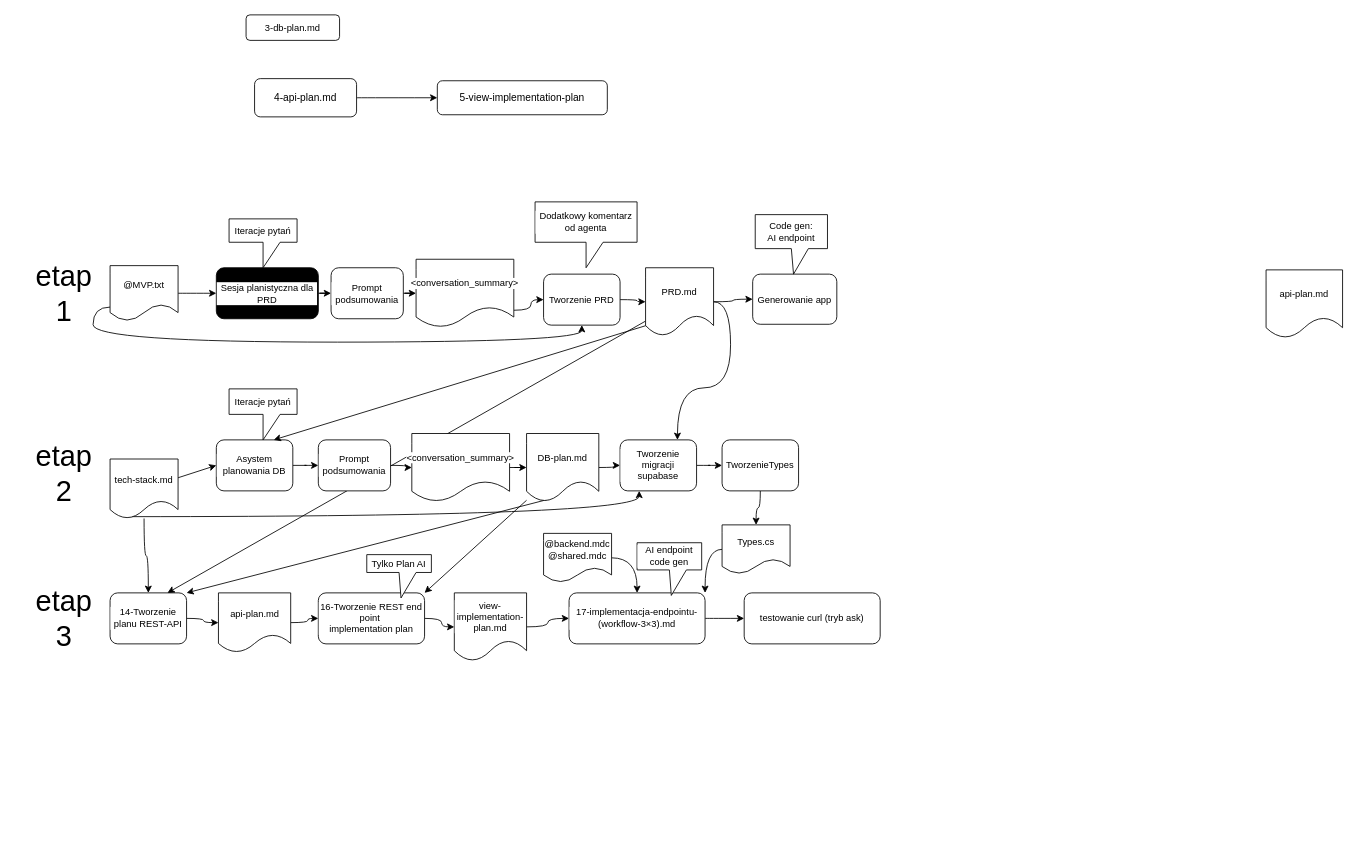
The draw.io diagram .other/BraveCreateFlow.drawio in Trockey/KrisBraveApp, before the edit. Source tidied: cells renumbered, new cells numbered last; positions are measured from the earlier drawing's top-left corner, leaving out a move shared by most shapes. Both pictures are drawn from the tidied source at 85%, with x=0, y=0 at pixel (38, 14).
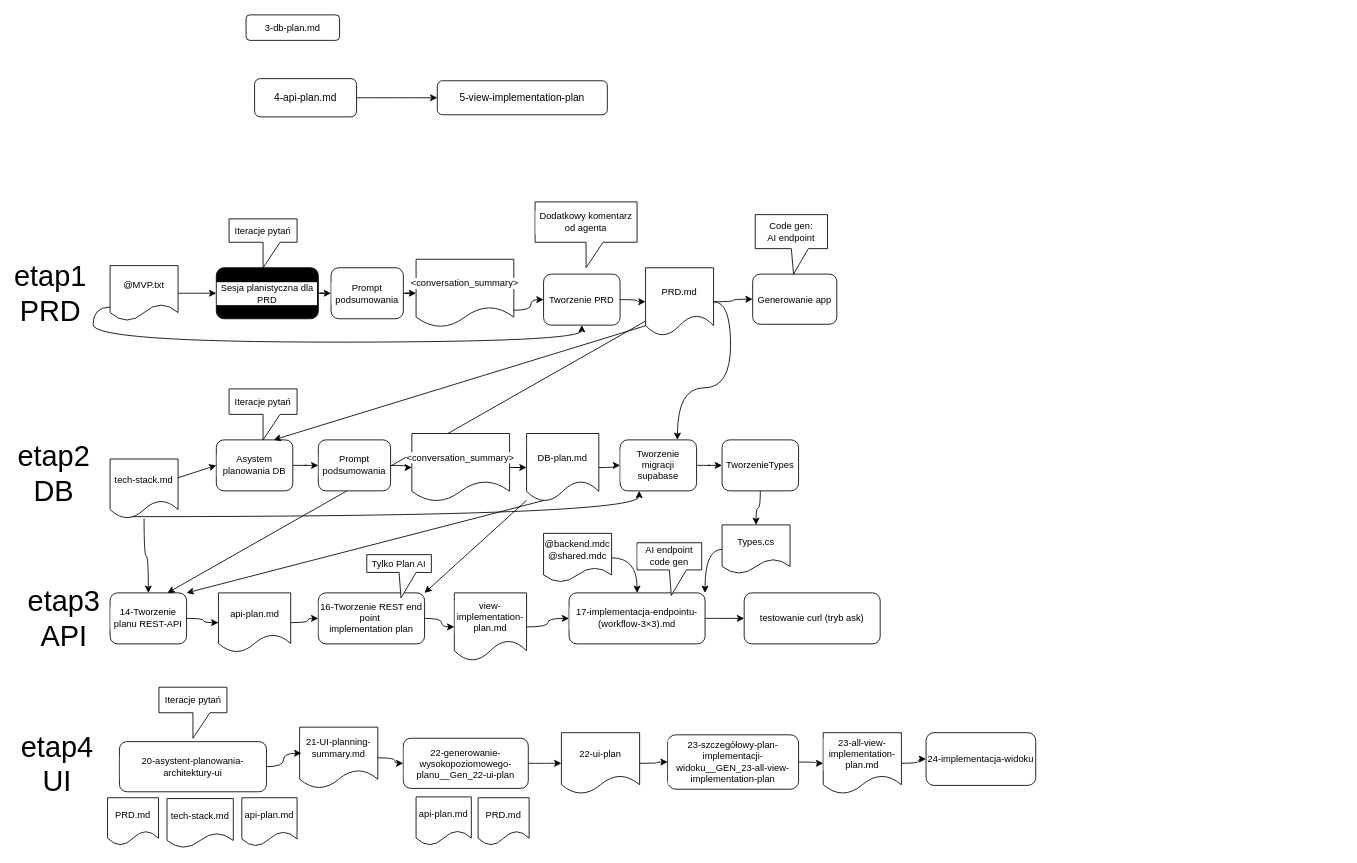
The same diagram, later.

What changed in the source:
```diff
@@
-    <mxCell id="41" value="api-plan.md" style="shape=document;whiteSpace=wrap;html=1;boundedLbl=1;fontFamily=Helvetica;fontSize=11;fontColor=default;labelBackgroundColor=default;fillColor=light-dark(#FFFFFF,#CCCCCC);" parent="1" vertex="1">
-      <mxGeometry x="1444" y="300" width="90" height="80" as="geometry" />
-    </mxCell>
@@
-    <mxCell id="62" value="etap&lt;br&gt;1" style="text;html=1;whiteSpace=wrap;strokeColor=none;fillColor=none;align=center;verticalAlign=middle;rounded=0;fontFamily=Helvetica;fontSize=34;fontColor=default;labelBackgroundColor=default;" parent="1" vertex="1">
-      <mxGeometry y="312.5" width="60" height="30" as="geometry" />
+    <mxCell id="62" value="etap1&lt;br&gt;PRD" style="text;html=1;whiteSpace=wrap;strokeColor=none;fillColor=none;align=center;verticalAlign=middle;rounded=0;fontFamily=Helvetica;fontSize=34;fontColor=default;labelBackgroundColor=default;" parent="1" vertex="1">
+      <mxGeometry x="-16" y="311.8" width="60" height="31.5" as="geometry" />
     </mxCell>
-    <mxCell id="63" value="etap&lt;br&gt;2" style="text;html=1;whiteSpace=wrap;strokeColor=none;fillColor=none;align=center;verticalAlign=middle;rounded=0;fontFamily=Helvetica;fontSize=34;fontColor=default;labelBackgroundColor=default;" parent="1" vertex="1">
-      <mxGeometry y="505.5" width="60" height="67" as="geometry" />
+    <mxCell id="63" value="etap2&lt;br&gt;DB" style="text;html=1;whiteSpace=wrap;strokeColor=none;fillColor=none;align=center;verticalAlign=middle;rounded=0;fontFamily=Helvetica;fontSize=34;fontColor=default;labelBackgroundColor=default;" parent="1" vertex="1">
+      <mxGeometry x="-12" y="505.5" width="60" height="67" as="geometry" />
     </mxCell>
-    <mxCell id="64" value="etap&lt;br&gt;3" style="text;html=1;whiteSpace=wrap;strokeColor=none;fillColor=none;align=center;verticalAlign=middle;rounded=0;fontFamily=Helvetica;fontSize=34;fontColor=default;labelBackgroundColor=default;" parent="1" vertex="1">
+    <mxCell id="64" value="etap3&lt;br&gt;API" style="text;html=1;whiteSpace=wrap;strokeColor=none;fillColor=none;align=center;verticalAlign=middle;rounded=0;fontFamily=Helvetica;fontSize=34;fontColor=default;labelBackgroundColor=default;" parent="1" vertex="1">
       <mxGeometry y="676.5" width="60" height="67" as="geometry" />
     </mxCell>
@@
+    <mxCell id="66" value="20-asystent-planowania-architektury-ui" style="rounded=1;whiteSpace=wrap;html=1;fontFamily=Helvetica;fontSize=11;fontColor=default;labelBackgroundColor=default;fillColor=light-dark(#FFFFFF,#007FFF);" parent="1" vertex="1">
+      <mxGeometry x="95" y="855" width="173" height="59" as="geometry" />
+    </mxCell>
+    <mxCell id="67" value="etap4&lt;br&gt;UI" style="text;html=1;whiteSpace=wrap;strokeColor=none;fillColor=none;align=center;verticalAlign=middle;rounded=0;fontFamily=Helvetica;fontSize=34;fontColor=default;labelBackgroundColor=default;" parent="1" vertex="1">
+      <mxGeometry x="-8" y="847" width="60" height="67" as="geometry" />
+    </mxCell>
+    <mxCell id="68" value="PRD.md" style="shape=document;whiteSpace=wrap;html=1;boundedLbl=1;fontFamily=Helvetica;fontSize=11;fontColor=default;labelBackgroundColor=default;fillColor=light-dark(#FFFFFF,#CCCCCC);" parent="1" vertex="1">
+      <mxGeometry x="81" y="921" width="60" height="56" as="geometry" />
+    </mxCell>
+    <mxCell id="69" value="tech-stack.md" style="shape=document;whiteSpace=wrap;html=1;boundedLbl=1;fontFamily=Helvetica;fontSize=11;fontColor=default;labelBackgroundColor=default;fillColor=light-dark(#FFFFFF,#CCCCCC);" parent="1" vertex="1">
+      <mxGeometry x="151" y="922" width="78" height="58" as="geometry" />
+    </mxCell>
+    <mxCell id="70" value="api-plan.md" style="shape=document;whiteSpace=wrap;html=1;boundedLbl=1;fontFamily=Helvetica;fontSize=11;fontColor=default;labelBackgroundColor=default;fillColor=light-dark(#FFFFFF,#CCCCCC);" parent="1" vertex="1">
+      <mxGeometry x="239" y="921" width="65" height="57" as="geometry" />
+    </mxCell>
+    <mxCell id="71" value="Iteracje pytań" style="shape=callout;whiteSpace=wrap;html=1;perimeter=calloutPerimeter;fontFamily=Helvetica;fontSize=11;fontColor=default;labelBackgroundColor=default;fillColor=light-dark(#FFFFFF,#CC99FF);" parent="1" vertex="1">
+      <mxGeometry x="141.5" y="791" width="80" height="60" as="geometry" />
+    </mxCell>
+    <mxCell id="72" style="edgeStyle=orthogonalEdgeStyle;shape=connector;curved=1;rounded=0;jettySize=auto;html=1;strokeColor=default;align=center;verticalAlign=middle;fontFamily=Helvetica;fontSize=11;fontColor=default;labelBackgroundColor=default;endArrow=classic;" parent="1" edge="1" source="73" target="76">
+      <mxGeometry relative="1" as="geometry" />
+    </mxCell>
+    <mxCell id="73" value="21-UI-planning-summary.md" style="shape=document;whiteSpace=wrap;html=1;boundedLbl=1;fontFamily=Helvetica;fontSize=11;fontColor=default;labelBackgroundColor=default;fillColor=light-dark(#FFFFFF,#CCCCCC);" parent="1" vertex="1">
+      <mxGeometry x="307" y="838" width="92" height="72" as="geometry" />
+    </mxCell>
+    <mxCell id="74" style="edgeStyle=orthogonalEdgeStyle;rounded=0;jettySize=auto;html=1;entryX=0.023;entryY=0.426;entryDx=0;entryDy=0;entryPerimeter=0;curved=1;" parent="1" edge="1" source="66" target="73">
+      <mxGeometry relative="1" as="geometry" />
+    </mxCell>
+    <mxCell id="75" style="edgeStyle=orthogonalEdgeStyle;shape=connector;curved=1;rounded=0;jettySize=auto;html=1;strokeColor=default;align=center;verticalAlign=middle;fontFamily=Helvetica;fontSize=11;fontColor=default;labelBackgroundColor=default;endArrow=classic;" parent="1" edge="1" source="76" target="80">
+      <mxGeometry relative="1" as="geometry" />
+    </mxCell>
+    <mxCell id="76" value="22-generowanie-wysokopoziomowego-planu__Gen_22-ui-plan" style="rounded=1;whiteSpace=wrap;html=1;fontFamily=Helvetica;fontSize=11;fontColor=default;labelBackgroundColor=default;fillColor=light-dark(#FFFFFF,#007FFF);" parent="1" vertex="1">
+      <mxGeometry x="429" y="851" width="147" height="59" as="geometry" />
+    </mxCell>
+    <mxCell id="77" value="api-plan.md" style="shape=document;whiteSpace=wrap;html=1;boundedLbl=1;fontFamily=Helvetica;fontSize=11;fontColor=default;labelBackgroundColor=default;fillColor=light-dark(#FFFFFF,#CCCCCC);" parent="1" vertex="1">
+      <mxGeometry x="444" y="920" width="65" height="57" as="geometry" />
+    </mxCell>
+    <mxCell id="78" value="PRD.md" style="shape=document;whiteSpace=wrap;html=1;boundedLbl=1;fontFamily=Helvetica;fontSize=11;fontColor=default;labelBackgroundColor=default;fillColor=light-dark(#FFFFFF,#CCCCCC);" parent="1" vertex="1">
+      <mxGeometry x="517" y="921" width="60" height="56" as="geometry" />
+    </mxCell>
+    <mxCell id="79" style="edgeStyle=orthogonalEdgeStyle;shape=connector;curved=1;rounded=0;jettySize=auto;html=1;strokeColor=default;align=center;verticalAlign=middle;fontFamily=Helvetica;fontSize=11;fontColor=default;labelBackgroundColor=default;endArrow=classic;" parent="1" edge="1" source="80" target="84">
+      <mxGeometry relative="1" as="geometry" />
+    </mxCell>
+    <mxCell id="80" value="22-ui-plan" style="shape=document;whiteSpace=wrap;html=1;boundedLbl=1;fontFamily=Helvetica;fontSize=11;fontColor=default;labelBackgroundColor=default;fillColor=light-dark(#FFFFFF,#CCCCCC);" parent="1" vertex="1">
+      <mxGeometry x="615" y="844.5" width="92" height="72" as="geometry" />
+    </mxCell>
+    <mxCell id="81" style="edgeStyle=orthogonalEdgeStyle;shape=connector;curved=1;rounded=0;jettySize=auto;html=1;strokeColor=default;align=center;verticalAlign=middle;fontFamily=Helvetica;fontSize=11;fontColor=default;labelBackgroundColor=default;endArrow=classic;" parent="1" edge="1" source="82" target="85">
+      <mxGeometry relative="1" as="geometry" />
+    </mxCell>
+    <mxCell id="82" value="23-all-view-implementation-plan.md" style="shape=document;whiteSpace=wrap;html=1;boundedLbl=1;fontFamily=Helvetica;fontSize=11;fontColor=default;labelBackgroundColor=default;fillColor=light-dark(#FFFFFF,#CCCCCC);" parent="1" vertex="1">
+      <mxGeometry x="923" y="844.5" width="92" height="72" as="geometry" />
+    </mxCell>
+    <mxCell id="83" style="edgeStyle=orthogonalEdgeStyle;shape=connector;curved=1;rounded=0;jettySize=auto;html=1;strokeColor=default;align=center;verticalAlign=middle;fontFamily=Helvetica;fontSize=11;fontColor=default;labelBackgroundColor=default;endArrow=classic;" parent="1" edge="1" source="84" target="82">
+      <mxGeometry relative="1" as="geometry" />
+    </mxCell>
+    <mxCell id="84" value="23-szczegółowy-plan-implementacji-widoku__GEN_23-all-view-implementation-plan" style="rounded=1;whiteSpace=wrap;html=1;fontFamily=Helvetica;fontSize=11;fontColor=default;labelBackgroundColor=default;fillColor=light-dark(#FFFFFF,#007FFF);" parent="1" vertex="1">
+      <mxGeometry x="740" y="847" width="154" height="64" as="geometry" />
+    </mxCell>
+    <mxCell id="85" value="24-implementacja-widoku" style="rounded=1;whiteSpace=wrap;html=1;fontFamily=Helvetica;fontSize=11;fontColor=default;labelBackgroundColor=default;fillColor=light-dark(#FFFFFF,#007FFF);" parent="1" vertex="1">
+      <mxGeometry x="1044" y="844.5" width="129" height="62" as="geometry" />
+    </mxCell>
```
